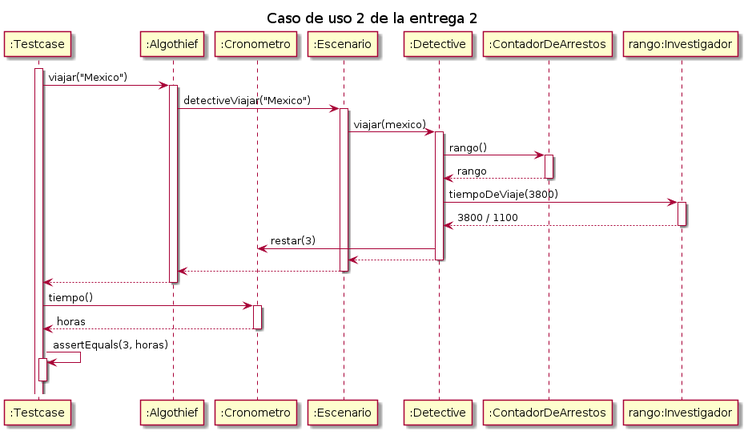
The PlantUML diagram diagrams/sequences/secuencia_entrega2_testcase02.png in MegaRedHand/algo-thief, before a commit.
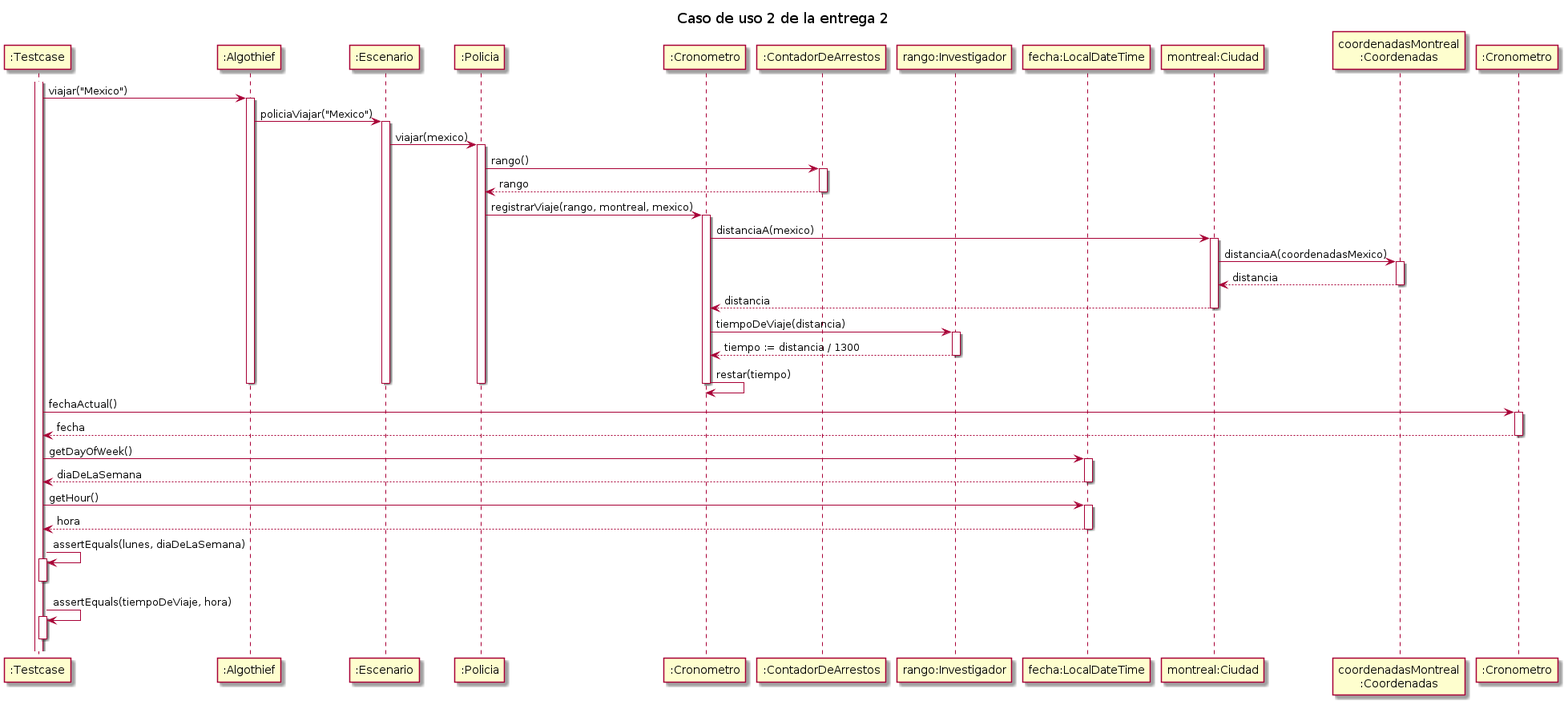
Later version of the same file.

The edit, as a diff of the source:
```diff
@@ -4,36 +4,48 @@
 
 participant ":Testcase" as testcase
 participant ":Algothief" as algothief
+participant ":Escenario" as escenario
+participant ":Policia" as policia
 participant ":Cronometro" as cronometro
-participant ":Escenario" as escenario
-participant ":Detective" as detective
 participant ":ContadorDeArrestos" as contador
 participant "rango:Investigador" as rango
+participant "fecha:LocalDateTime" as fecha
+participant "montreal:Ciudad" as montreal
+participant "coordenadasMontreal\n:Coordenadas" as coordenadasMontreal
+participant ":Cronometro" as cron
 
 activate testcase
-testcase -> algothief: viajar("Mexico")
-    activate algothief
-    algothief -> escenario: detectiveViajar("Mexico")
-        activate escenario
-        escenario -> detective: viajar(mexico)
-            activate detective
-            detective -> contador: rango()
-                activate contador
+testcase -> algothief++: viajar("Mexico")
+    algothief -> escenario++: policiaViajar("Mexico")
+        escenario -> policia++: viajar(mexico)
+            policia -> contador++: rango()
                 return rango
-            detective -> rango: tiempoDeViaje(3800)
-                activate rango
-                return 3800 / 1100
-            detective -> cronometro: restar(3)
-            return
-        return
-    return
+            policia -> cronometro++: registrarViaje(rango, montreal, mexico)
+                cronometro -> montreal++: distanciaA(mexico)
+                    montreal -> coordenadasMontreal++: distanciaA(coordenadasMexico)
+                        return distancia
+                    return distancia
+                cronometro -> rango++: tiempoDeViaje(distancia)
+                    return tiempo := distancia / 1300
+                cronometro -> cronometro--: restar(tiempo)
+            deactivate
+        deactivate
+    deactivate
 
-testcase -> cronometro: tiempo()
-    activate cronometro
-    return horas
+testcase -> cron++: fechaActual()
+    return fecha
 
-testcase -> testcase: assertEquals(3, horas)
-activate testcase
-deactivate testcase
+testcase -> fecha++: getDayOfWeek()
+    return diaDeLaSemana
+
+testcase -> fecha++: getHour()
+    return hora
+
+testcase -> testcase++: assertEquals(lunes, diaDeLaSemana)
+deactivate
+
+testcase -> testcase++: assertEquals(tiempoDeViaje, hora)
+deactivate
+
 
 @enduml
```
